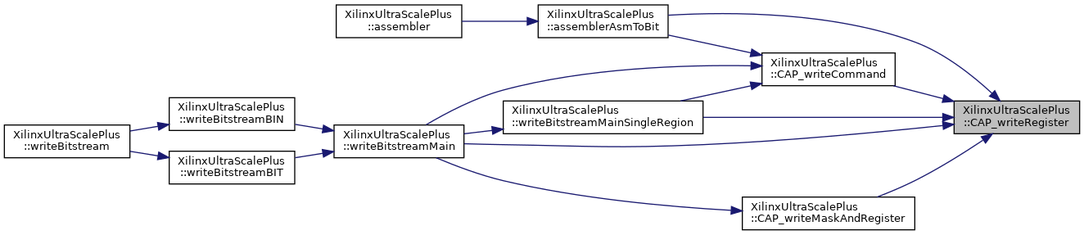
Earlier version of the Graphviz export classXilinxUltraScalePlus_a24ae5ad716caec7390276bb39449658e_icgraph.png (FPGA-Research-Manchester/byteman). Its source is kept beside it as classXilinxUltraScalePlus_a24ae5ad716caec7390276bb39449658e_icgraph.dot.
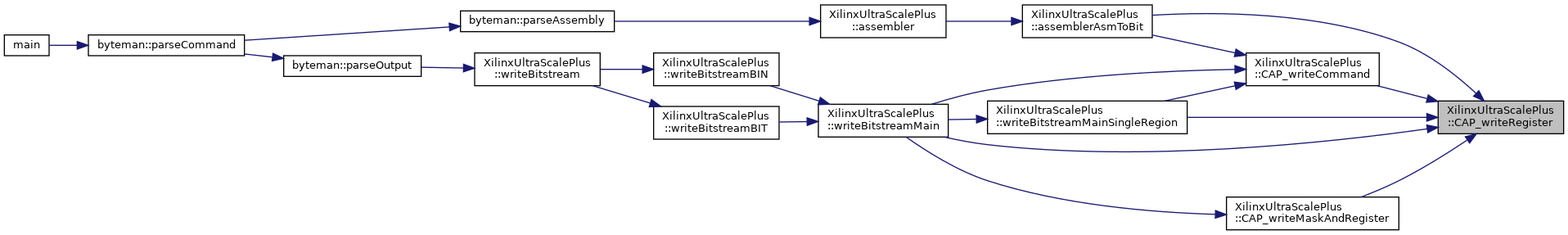
Later version of the same file.

The edit, as a diff of the source:
```diff
@@ -8,24 +8,33 @@
   Node2 [label="XilinxUltraScalePlus\l::assemblerAsmToBit",height=0.2,width=0.4,color="black", fillcolor="white", style="filled",URL="$classXilinxUltraScalePlus.html#a058802c627c4177c6fd88ca079551207",tooltip=" "];
   Node2 -> Node3 [dir="back",color="midnightblue",fontsize="10",style="solid",fontname="Helvetica"];
   Node3 [label="XilinxUltraScalePlus\l::assembler",height=0.2,width=0.4,color="black", fillcolor="white", style="filled",URL="$classXilinxUltraScalePlus.html#a53e5f6ec962f1f2a961f90b8b9e90e10",tooltip=" "];
-  Node1 -> Node4 [dir="back",color="midnightblue",fontsize="10",style="solid",fontname="Helvetica"];
-  Node4 [label="XilinxUltraScalePlus\l::CAP_writeCommand",height=0.2,width=0.4,color="black", fillcolor="white", style="filled",URL="$classXilinxUltraScalePlus.html#aea40ae16e356d3c14e6288d4c8eb105c",tooltip=" "];
-  Node4 -> Node2 [dir="back",color="midnightblue",fontsize="10",style="solid",fontname="Helvetica"];
+  Node3 -> Node4 [dir="back",color="midnightblue",fontsize="10",style="solid",fontname="Helvetica"];
+  Node4 [label="byteman::parseAssembly",height=0.2,width=0.4,color="black", fillcolor="white", style="filled",URL="$classbyteman.html#a5e7f2e31d95626075a6ce22b54ecbbf8",tooltip=" "];
   Node4 -> Node5 [dir="back",color="midnightblue",fontsize="10",style="solid",fontname="Helvetica"];
-  Node5 [label="XilinxUltraScalePlus\l::writeBitstreamMain",height=0.2,width=0.4,color="black", fillcolor="white", style="filled",URL="$classXilinxUltraScalePlus.html#afcd0f828eff528d0c178a5e473ee2181",tooltip=" "];
+  Node5 [label="byteman::parseCommand",height=0.2,width=0.4,color="black", fillcolor="white", style="filled",URL="$classbyteman.html#a97ad2d6b20a10ddb0dd8d373159eea4e",tooltip=" "];
   Node5 -> Node6 [dir="back",color="midnightblue",fontsize="10",style="solid",fontname="Helvetica"];
-  Node6 [label="XilinxUltraScalePlus\l::writeBitstreamBIN",height=0.2,width=0.4,color="black", fillcolor="white", style="filled",URL="$classXilinxUltraScalePlus.html#ab32b8ddf6ed62003568932d9167f7231",tooltip=" "];
-  Node6 -> Node7 [dir="back",color="midnightblue",fontsize="10",style="solid",fontname="Helvetica"];
-  Node7 [label="XilinxUltraScalePlus\l::writeBitstream",height=0.2,width=0.4,color="black", fillcolor="white", style="filled",URL="$classXilinxUltraScalePlus.html#a7f2a7c34766d004adc6f1cfe1bdd62e7",tooltip=" "];
-  Node5 -> Node8 [dir="back",color="midnightblue",fontsize="10",style="solid",fontname="Helvetica"];
-  Node8 [label="XilinxUltraScalePlus\l::writeBitstreamBIT",height=0.2,width=0.4,color="black", fillcolor="white", style="filled",URL="$classXilinxUltraScalePlus.html#aafc764306446548f9127f3e30759af49",tooltip=" "];
-  Node8 -> Node7 [dir="back",color="midnightblue",fontsize="10",style="solid",fontname="Helvetica"];
-  Node4 -> Node9 [dir="back",color="midnightblue",fontsize="10",style="solid",fontname="Helvetica"];
-  Node9 [label="XilinxUltraScalePlus\l::writeBitstreamMainSingleRegion",height=0.2,width=0.4,color="black", fillcolor="white", style="filled",URL="$classXilinxUltraScalePlus.html#a838df6236b078c1a751e65feb9463e12",tooltip=" "];
-  Node9 -> Node5 [dir="back",color="midnightblue",fontsize="10",style="solid",fontname="Helvetica"];
-  Node1 -> Node10 [dir="back",color="midnightblue",fontsize="10",style="solid",fontname="Helvetica"];
-  Node10 [label="XilinxUltraScalePlus\l::CAP_writeMaskAndRegister",height=0.2,width=0.4,color="black", fillcolor="white", style="filled",URL="$classXilinxUltraScalePlus.html#ab133ea6afae968c8607ce982ea627733",tooltip=" "];
-  Node10 -> Node5 [dir="back",color="midnightblue",fontsize="10",style="solid",fontname="Helvetica"];
-  Node1 -> Node5 [dir="back",color="midnightblue",fontsize="10",style="solid",fontname="Helvetica"];
-  Node1 -> Node9 [dir="back",color="midnightblue",fontsize="10",style="solid",fontname="Helvetica"];
+  Node6 [label="main",height=0.2,width=0.4,color="black", fillcolor="white", style="filled",URL="$byteman_8cpp.html#a0ddf1224851353fc92bfbff6f499fa97",tooltip=" "];
+  Node1 -> Node7 [dir="back",color="midnightblue",fontsize="10",style="solid",fontname="Helvetica"];
+  Node7 [label="XilinxUltraScalePlus\l::CAP_writeCommand",height=0.2,width=0.4,color="black", fillcolor="white", style="filled",URL="$classXilinxUltraScalePlus.html#aea40ae16e356d3c14e6288d4c8eb105c",tooltip=" "];
+  Node7 -> Node2 [dir="back",color="midnightblue",fontsize="10",style="solid",fontname="Helvetica"];
+  Node7 -> Node8 [dir="back",color="midnightblue",fontsize="10",style="solid",fontname="Helvetica"];
+  Node8 [label="XilinxUltraScalePlus\l::writeBitstreamMain",height=0.2,width=0.4,color="black", fillcolor="white", style="filled",URL="$classXilinxUltraScalePlus.html#afcd0f828eff528d0c178a5e473ee2181",tooltip=" "];
+  Node8 -> Node9 [dir="back",color="midnightblue",fontsize="10",style="solid",fontname="Helvetica"];
+  Node9 [label="XilinxUltraScalePlus\l::writeBitstreamBIN",height=0.2,width=0.4,color="black", fillcolor="white", style="filled",URL="$classXilinxUltraScalePlus.html#ab32b8ddf6ed62003568932d9167f7231",tooltip=" "];
+  Node9 -> Node10 [dir="back",color="midnightblue",fontsize="10",style="solid",fontname="Helvetica"];
+  Node10 [label="XilinxUltraScalePlus\l::writeBitstream",height=0.2,width=0.4,color="black", fillcolor="white", style="filled",URL="$classXilinxUltraScalePlus.html#a7f2a7c34766d004adc6f1cfe1bdd62e7",tooltip=" "];
+  Node10 -> Node11 [dir="back",color="midnightblue",fontsize="10",style="solid",fontname="Helvetica"];
+  Node11 [label="byteman::parseOutput",height=0.2,width=0.4,color="black", fillcolor="white", style="filled",URL="$classbyteman.html#a2ff1e5c9e9b542e9f74768b296ace32f",tooltip=" "];
+  Node11 -> Node5 [dir="back",color="midnightblue",fontsize="10",style="solid",fontname="Helvetica"];
+  Node8 -> Node12 [dir="back",color="midnightblue",fontsize="10",style="solid",fontname="Helvetica"];
+  Node12 [label="XilinxUltraScalePlus\l::writeBitstreamBIT",height=0.2,width=0.4,color="black", fillcolor="white", style="filled",URL="$classXilinxUltraScalePlus.html#aafc764306446548f9127f3e30759af49",tooltip=" "];
+  Node12 -> Node10 [dir="back",color="midnightblue",fontsize="10",style="solid",fontname="Helvetica"];
+  Node7 -> Node13 [dir="back",color="midnightblue",fontsize="10",style="solid",fontname="Helvetica"];
+  Node13 [label="XilinxUltraScalePlus\l::writeBitstreamMainSingleRegion",height=0.2,width=0.4,color="black", fillcolor="white", style="filled",URL="$classXilinxUltraScalePlus.html#a838df6236b078c1a751e65feb9463e12",tooltip=" "];
+  Node13 -> Node8 [dir="back",color="midnightblue",fontsize="10",style="solid",fontname="Helvetica"];
+  Node1 -> Node14 [dir="back",color="midnightblue",fontsize="10",style="solid",fontname="Helvetica"];
+  Node14 [label="XilinxUltraScalePlus\l::CAP_writeMaskAndRegister",height=0.2,width=0.4,color="black", fillcolor="white", style="filled",URL="$classXilinxUltraScalePlus.html#ab133ea6afae968c8607ce982ea627733",tooltip=" "];
+  Node14 -> Node8 [dir="back",color="midnightblue",fontsize="10",style="solid",fontname="Helvetica"];
+  Node1 -> Node8 [dir="back",color="midnightblue",fontsize="10",style="solid",fontname="Helvetica"];
+  Node1 -> Node13 [dir="back",color="midnightblue",fontsize="10",style="solid",fontname="Helvetica"];
 }
```
